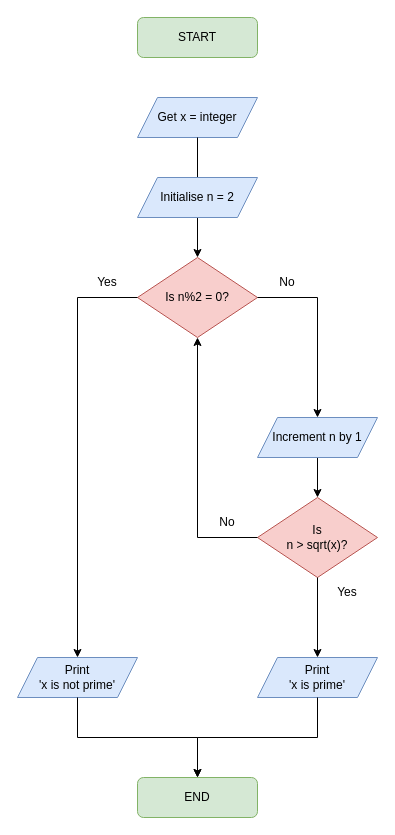
Earlier version of the draw.io diagram Module01/Day02/flowchart_task1.drawio (eric-martinet/IRONLABS). Source tidied: cells renumbered, new cells numbered last; positions are measured from the earlier drawing's top-left corner, leaving out a move shared by most shapes. Both pictures are drawn from the tidied source at 100%, with x=0, y=0 at pixel (17, 17).
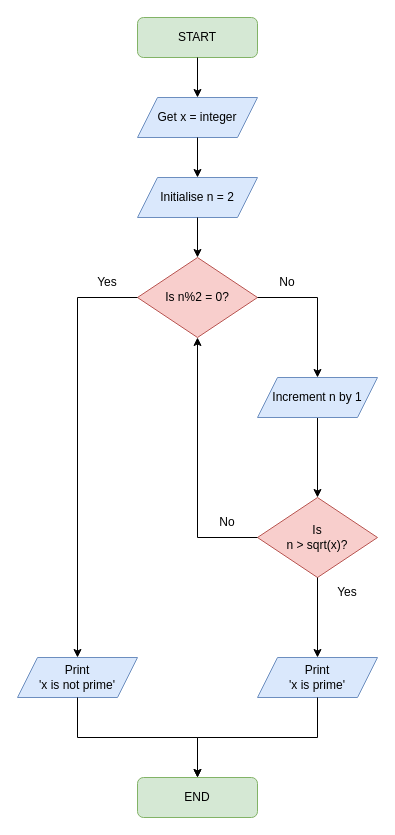
The same page after the edit.

The change refers to these unchanged cells:
```xml
<mxCell id="2" value="START" style="rounded=1;whiteSpace=wrap;html=1;fillColor=#d5e8d4;strokeColor=#82b366;" parent="1" vertex="1">
  <mxGeometry x="120" width="120" height="40" as="geometry" />
</mxCell>
<mxCell id="3" value="Get x = integer" style="shape=parallelogram;perimeter=parallelogramPerimeter;fixedSize=1;whiteSpace=wrap;html=1;fillColor=#dae8fc;strokeColor=#6c8ebf;" parent="1" vertex="1">
  <mxGeometry x="120" y="80" width="120" height="40" as="geometry" />
</mxCell>
<mxCell id="4" value="Is n%2 = 0?" style="rhombus;whiteSpace=wrap;html=1;fillColor=#f8cecc;strokeColor=#b85450;" parent="1" vertex="1">
  <mxGeometry x="120" y="240" width="120" height="80" as="geometry" />
</mxCell>
<mxCell id="13" value="Initialise n = 2" style="shape=parallelogram;perimeter=parallelogramPerimeter;whiteSpace=wrap;html=1;fixedSize=1;fillColor=#dae8fc;strokeColor=#6c8ebf;" parent="1" vertex="1">
  <mxGeometry x="120" y="160" width="120" height="40" as="geometry" />
</mxCell>
<mxCell id="16" value="Is&lt;br&gt;n &amp;gt; sqrt(x)?" style="rhombus;whiteSpace=wrap;html=1;fillColor=#f8cecc;strokeColor=#b85450;" parent="1" vertex="1">
  <mxGeometry x="240" y="480" width="120" height="80" as="geometry" />
</mxCell>
```

The edit, as a diff of the source:
```diff
@@
-    <mxCell id="9" style="endArrow=classic;html=1;rounded=0;exitX=0.5;exitY=1;exitDx=0;exitDy=0;entryX=0.5;entryY=0;entryDx=0;entryDy=0;" parent="1" edge="1" source="3" target="4">
+    <mxCell id="9" style="endArrow=classic;html=1;rounded=0;exitX=0.5;exitY=1;exitDx=0;exitDy=0;entryX=0.5;entryY=0;entryDx=0;entryDy=0;" parent="1" edge="1" source="3" target="13">
       <mxGeometry relative="1" as="geometry" />
     </mxCell>
@@
-    <mxCell id="18" style="endArrow=classic;html=1;rounded=0;exitX=0.5;exitY=1;exitDx=0;exitDy=0;" parent="1" edge="1" target="16">
-      <mxGeometry relative="1" as="geometry">
-        <mxPoint x="300" y="440" as="sourcePoint" />
-      </mxGeometry>
+    <mxCell id="18" style="endArrow=classic;html=1;rounded=0;exitX=0.5;exitY=1;exitDx=0;exitDy=0;" parent="1" edge="1" source="23" target="16">
+      <mxGeometry relative="1" as="geometry" />
     </mxCell>
@@
     <mxCell id="23" value="Increment n by 1" style="shape=parallelogram;perimeter=parallelogramPerimeter;whiteSpace=wrap;html=1;fixedSize=1;fillColor=#dae8fc;strokeColor=#6c8ebf;" parent="1" vertex="1">
-      <mxGeometry x="240" y="400" width="120" height="40" as="geometry" />
+      <mxGeometry x="240" y="360" width="120" height="40" as="geometry" />
     </mxCell>
+    <mxCell id="24" style="endArrow=classic;html=1;rounded=0;exitX=0.5;exitY=1;exitDx=0;exitDy=0;" parent="1" edge="1" source="2">
+      <mxGeometry relative="1" as="geometry">
+        <mxPoint x="180" y="80" as="targetPoint" />
+      </mxGeometry>
+    </mxCell>
+    <mxCell id="25" style="endArrow=classic;html=1;rounded=0;exitX=0.5;exitY=1;exitDx=0;exitDy=0;entryX=0.5;entryY=0;entryDx=0;entryDy=0;" parent="1" edge="1" source="13" target="4">
+      <mxGeometry relative="1" as="geometry" />
+    </mxCell>
```
